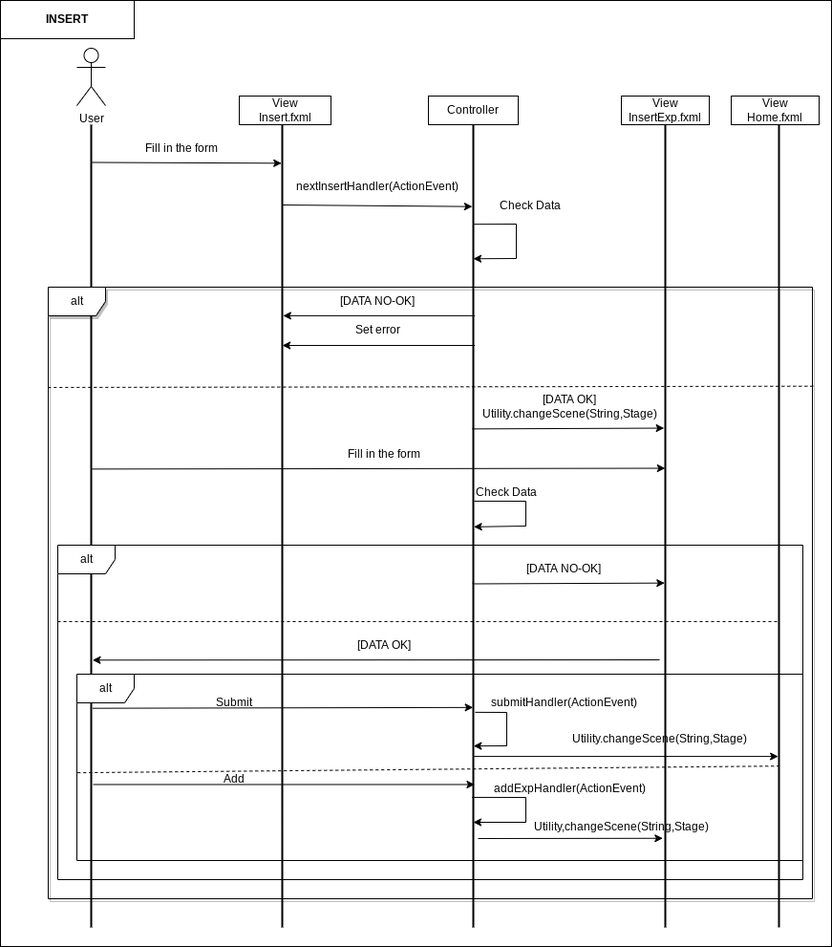
Above: doc/diagrams/sequence/Software-SequenceDiagrams/Insert/Insert.png in Alessio240593/SeasonalWorkApp (draw.io), before the change. Source tidied: cells renumbered, new cells last; positions are measured from the earlier drawing's top-left corner, leaving out a move shared by most shapes.
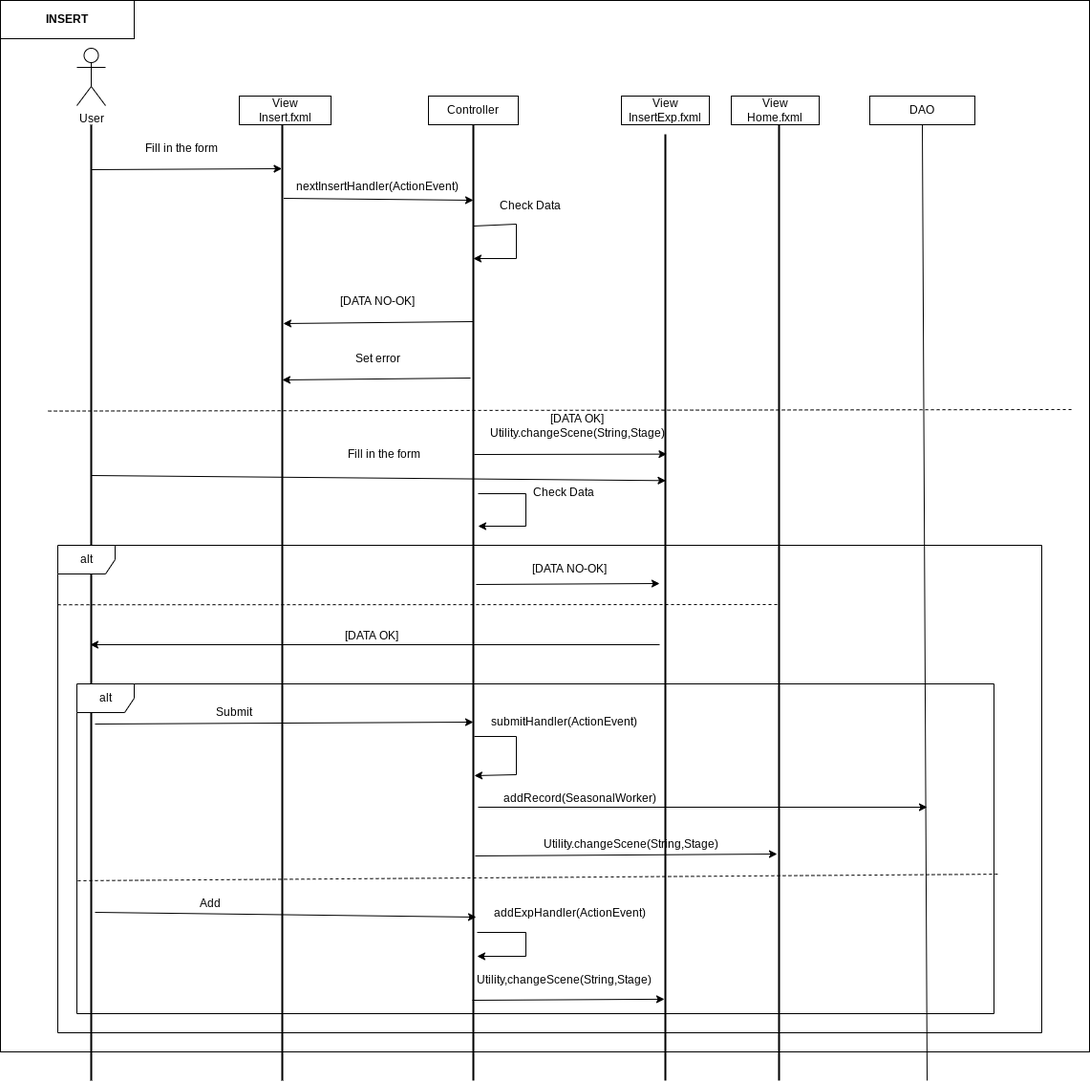
After the commit.

What changed in the source:
```diff
@@ -2,20 +2,23 @@
   <root>
     <mxCell id="0" />
     <mxCell id="1" parent="0" />
+    <mxCell id="50" value="alt" style="shape=umlFrame;whiteSpace=wrap;html=1;shadow=1;" parent="1" vertex="1">
+      <mxGeometry x="50" y="300" width="1070" height="790" as="geometry" />
+    </mxCell>
     <mxCell id="2" style="rounded=0;whiteSpace=wrap;html=1;" parent="1" vertex="1">
-      <mxGeometry width="870" height="990" as="geometry" />
+      <mxGeometry width="1140" height="1100" as="geometry" />
     </mxCell>
     <mxCell id="3" style="line;strokeWidth=2;direction=south;html=1;" parent="1" vertex="1">
-      <mxGeometry x="90" y="130" width="10" height="840" as="geometry" />
+      <mxGeometry x="90" y="130" width="10" height="1000" as="geometry" />
     </mxCell>
     <mxCell id="4" style="line;strokeWidth=2;direction=south;html=1;" parent="1" vertex="1">
-      <mxGeometry x="290" y="130" width="10" height="840" as="geometry" />
+      <mxGeometry x="290" y="130" width="10" height="1000" as="geometry" />
     </mxCell>
     <mxCell id="5" value="View&lt;br&gt;Insert.fxml" style="rounded=0;whiteSpace=wrap;html=1;" parent="1" vertex="1">
       <mxGeometry x="250" y="100" width="96" height="30" as="geometry" />
     </mxCell>
     <mxCell id="6" style="line;strokeWidth=2;direction=south;html=1;" parent="1" vertex="1">
-      <mxGeometry x="490" y="130" width="10" height="840" as="geometry" />
+      <mxGeometry x="490" y="130" width="10" height="1000" as="geometry" />
     </mxCell>
     <mxCell id="7" value="Controller" style="rounded=0;whiteSpace=wrap;html=1;" parent="1" vertex="1">
       <mxGeometry x="448" y="100" width="94" height="30" as="geometry" />
@@ -23,13 +26,13 @@
     <mxCell id="8" value="User" style="shape=umlActor;verticalLabelPosition=bottom;verticalAlign=top;html=1;" parent="1" vertex="1">
       <mxGeometry x="80" y="50" width="30" height="60" as="geometry" />
     </mxCell>
-    <mxCell id="9" style="endArrow=classic;html=1;rounded=0;exitX=0.047;exitY=0.497;exitDx=0;exitDy=0;exitPerimeter=0;entryX=0.048;entryY=0.577;entryDx=0;entryDy=0;entryPerimeter=0;" parent="1" edge="1" source="3" target="4">
+    <mxCell id="9" style="endArrow=classic;html=1;rounded=0;exitX=0.047;exitY=0.497;exitDx=0;exitDy=0;exitPerimeter=0;entryX=0.046;entryY=0.543;entryDx=0;entryDy=0;entryPerimeter=0;" parent="1" edge="1" source="3" target="4">
       <mxGeometry relative="1" as="geometry" />
     </mxCell>
     <mxCell id="10" value="Fill in the form" style="text;html=1;strokeColor=none;fillColor=none;align=center;verticalAlign=middle;whiteSpace=wrap;rounded=0;" parent="1" vertex="1">
       <mxGeometry x="150" y="140" width="80" height="30" as="geometry" />
     </mxCell>
-    <mxCell id="11" style="endArrow=classic;html=1;rounded=0;entryX=0.102;entryY=0.61;entryDx=0;entryDy=0;entryPerimeter=0;exitX=0.1;exitY=0.5;exitDx=0;exitDy=0;exitPerimeter=0;" parent="1" edge="1" source="4" target="6">
+    <mxCell id="11" style="endArrow=classic;html=1;rounded=0;entryX=0.079;entryY=0.5;entryDx=0;entryDy=0;entryPerimeter=0;exitX=0.077;exitY=0.352;exitDx=0;exitDy=0;exitPerimeter=0;" parent="1" edge="1" source="4" target="6">
       <mxGeometry relative="1" as="geometry" />
     </mxCell>
     <mxCell id="12" value="nextInsertHandler(ActionEvent)" style="text;html=1;strokeColor=none;fillColor=none;align=center;verticalAlign=middle;whiteSpace=wrap;rounded=0;" parent="1" vertex="1">
@@ -39,28 +42,29 @@
       <mxGeometry x="650" y="100" width="92" height="30" as="geometry" />
     </mxCell>
     <mxCell id="14" style="line;strokeWidth=2;direction=south;html=1;" parent="1" vertex="1">
-      <mxGeometry x="691" y="130" width="10" height="840" as="geometry" />
+      <mxGeometry x="691" y="140" width="10" height="990" as="geometry" />
     </mxCell>
-    <mxCell id="15" style="endArrow=classic;html=1;rounded=0;startArrow=none;exitX=0.238;exitY=0.333;exitDx=0;exitDy=0;exitPerimeter=0;entryX=0.238;entryY=0.414;entryDx=0;entryDy=0;entryPerimeter=0;" parent="1" edge="1" source="6" target="4">
+    <mxCell id="15" style="endArrow=classic;html=1;rounded=0;startArrow=none;exitX=0.206;exitY=0.543;exitDx=0;exitDy=0;exitPerimeter=0;entryX=0.208;entryY=0.4;entryDx=0;entryDy=0;entryPerimeter=0;" parent="1" edge="1" source="6" target="4">
       <mxGeometry relative="1" as="geometry" />
     </mxCell>
     <mxCell id="16" value="[DATA NO-OK]" style="text;html=1;strokeColor=none;fillColor=none;align=center;verticalAlign=middle;whiteSpace=wrap;rounded=0;shadow=0;" parent="1" vertex="1">
       <mxGeometry x="300" y="300" width="190" height="30" as="geometry" />
     </mxCell>
-    <mxCell id="17" style="endArrow=classic;html=1;rounded=0;exitX=0.379;exitY=0.598;exitDx=0;exitDy=0;exitPerimeter=0;entryX=0.378;entryY=0.633;entryDx=0;entryDy=0;entryPerimeter=0;" parent="1" edge="1" source="6" target="14">
+    <mxCell id="17" style="endArrow=classic;html=1;rounded=0;exitX=0.345;exitY=0.4;exitDx=0;exitDy=0;exitPerimeter=0;entryX=0.338;entryY=0.357;entryDx=0;entryDy=0;entryPerimeter=0;" parent="1" edge="1" source="6" target="14">
       <mxGeometry relative="1" as="geometry" />
     </mxCell>
     <mxCell id="18" value="[DATA OK]&lt;br&gt;Utility.changeScene(String,Stage)" style="text;html=1;strokeColor=none;fillColor=none;align=center;verticalAlign=middle;whiteSpace=wrap;rounded=0;shadow=0;" parent="1" vertex="1">
-      <mxGeometry x="550" y="410" width="92" height="30" as="geometry" />
+      <mxGeometry x="558" y="430" width="92" height="30" as="geometry" />
     </mxCell>
     <mxCell id="19" value="Set error" style="text;html=1;strokeColor=none;fillColor=none;align=center;verticalAlign=middle;whiteSpace=wrap;rounded=0;shadow=0;" parent="1" vertex="1">
-      <mxGeometry x="365" y="330" width="60" height="30" as="geometry" />
+      <mxGeometry x="365" y="360" width="60" height="30" as="geometry" />
     </mxCell>
     <mxCell id="20" style="endArrow=none;dashed=1;html=1;rounded=0;entryX=0;entryY=0.164;entryDx=0;entryDy=0;entryPerimeter=0;exitX=1.001;exitY=0.162;exitDx=0;exitDy=0;exitPerimeter=0;" parent="1" edge="1" source="50" target="50">
       <mxGeometry relative="1" as="geometry" />
     </mxCell>
-    <mxCell id="21" style="endArrow=classic;html=1;rounded=0;exitX=0.124;exitY=0.479;exitDx=0;exitDy=0;exitPerimeter=0;entryX=0.167;entryY=0.5;entryDx=0;entryDy=0;entryPerimeter=0;" parent="1" edge="1" source="6" target="6">
+    <mxCell id="21" style="endArrow=classic;html=1;rounded=0;exitX=0.106;exitY=0.5;exitDx=0;exitDy=0;exitPerimeter=0;" parent="1" edge="1" source="6">
       <mxGeometry relative="1" as="geometry">
+        <mxPoint x="495" y="270" as="targetPoint" />
         <Array as="points">
           <mxPoint x="540" y="234" />
           <mxPoint x="540" y="270" />
@@ -70,114 +74,129 @@
     <mxCell id="22" value="Check Data" style="text;html=1;strokeColor=none;fillColor=none;align=center;verticalAlign=middle;whiteSpace=wrap;rounded=0;" parent="1" vertex="1">
       <mxGeometry x="520" y="200" width="70" height="30" as="geometry" />
     </mxCell>
-    <mxCell id="23" style="endArrow=classic;html=1;rounded=0;exitX=0.275;exitY=0.333;exitDx=0;exitDy=0;exitPerimeter=0;entryX=0.275;entryY=0.488;entryDx=0;entryDy=0;entryPerimeter=0;" parent="1" edge="1" source="6" target="4">
+    <mxCell id="23" style="endArrow=classic;html=1;rounded=0;exitX=0.265;exitY=0.8;exitDx=0;exitDy=0;exitPerimeter=0;entryX=0.267;entryY=0.5;entryDx=0;entryDy=0;entryPerimeter=0;" parent="1" edge="1" source="6" target="4">
       <mxGeometry relative="1" as="geometry" />
     </mxCell>
-    <mxCell id="24" style="endArrow=classic;html=1;rounded=0;entryX=0.428;entryY=0.517;entryDx=0;entryDy=0;entryPerimeter=0;exitX=0.429;exitY=0.451;exitDx=0;exitDy=0;exitPerimeter=0;" parent="1" edge="1" source="3" target="14">
+    <mxCell id="24" style="endArrow=classic;html=1;rounded=0;entryX=0.366;entryY=0.452;entryDx=0;entryDy=0;entryPerimeter=0;exitX=0.367;exitY=0.5;exitDx=0;exitDy=0;exitPerimeter=0;" parent="1" edge="1" source="3" target="14">
       <mxGeometry relative="1" as="geometry" />
     </mxCell>
     <mxCell id="25" value="Fill in the form" style="text;html=1;strokeColor=none;fillColor=none;align=center;verticalAlign=middle;whiteSpace=wrap;rounded=0;" parent="1" vertex="1">
       <mxGeometry x="359" y="460" width="85" height="30" as="geometry" />
     </mxCell>
     <mxCell id="26" value="Check Data" style="text;html=1;strokeColor=none;fillColor=none;align=center;verticalAlign=middle;whiteSpace=wrap;rounded=0;" parent="1" vertex="1">
-      <mxGeometry x="490" y="499.5" width="80" height="30" as="geometry" />
+      <mxGeometry x="550" y="499.5" width="80" height="30" as="geometry" />
     </mxCell>
-    <mxCell id="27" style="endArrow=classic;html=1;rounded=0;exitX=0.469;exitY=0.417;exitDx=0;exitDy=0;exitPerimeter=0;entryX=0.501;entryY=0.439;entryDx=0;entryDy=0;entryPerimeter=0;" parent="1" edge="1" source="6" target="6">
+    <mxCell id="27" style="endArrow=classic;html=1;rounded=0;" parent="1" edge="1">
       <mxGeometry relative="1" as="geometry">
+        <mxPoint x="500" y="516" as="sourcePoint" />
+        <mxPoint x="500" y="550" as="targetPoint" />
         <Array as="points">
-          <mxPoint x="550" y="524" />
+          <mxPoint x="550" y="516" />
           <mxPoint x="550" y="550" />
         </Array>
       </mxGeometry>
     </mxCell>
-    <mxCell id="28" style="endArrow=classic;html=1;rounded=0;exitX=0.572;exitY=0.586;exitDx=0;exitDy=0;exitPerimeter=0;entryX=0.571;entryY=0.571;entryDx=0;entryDy=0;entryPerimeter=0;" parent="1" edge="1" source="6" target="14">
-      <mxGeometry relative="1" as="geometry" />
+    <mxCell id="28" style="endArrow=classic;html=1;rounded=0;exitX=0.481;exitY=0.2;exitDx=0;exitDy=0;exitPerimeter=0;" parent="1" edge="1" source="6">
+      <mxGeometry relative="1" as="geometry">
+        <mxPoint x="690" y="610" as="targetPoint" />
+      </mxGeometry>
     </mxCell>
     <mxCell id="29" value="[DATA NO-OK]" style="text;html=1;strokeColor=none;fillColor=none;align=center;verticalAlign=middle;whiteSpace=wrap;rounded=0;" parent="1" vertex="1">
-      <mxGeometry x="550" y="580" width="80" height="30" as="geometry" />
+      <mxGeometry x="556" y="580" width="80" height="30" as="geometry" />
     </mxCell>
-    <mxCell id="30" style="endArrow=none;dashed=1;html=1;rounded=0;entryX=0.619;entryY=0.548;entryDx=0;entryDy=0;entryPerimeter=0;" parent="1" edge="1" target="36">
-      <mxGeometry relative="1" as="geometry">
-        <mxPoint x="60" y="650" as="sourcePoint" />
-      </mxGeometry>
+    <mxCell id="30" style="endArrow=none;dashed=1;html=1;rounded=0;entryX=0.502;entryY=0.7;entryDx=0;entryDy=0;entryPerimeter=0;exitX=0.001;exitY=0.133;exitDx=0;exitDy=0;exitPerimeter=0;" parent="1" edge="1" source="49" target="36">
+      <mxGeometry relative="1" as="geometry" />
     </mxCell>
-    <mxCell id="31" style="endArrow=classic;html=1;rounded=0;entryX=0.667;entryY=0.357;entryDx=0;entryDy=0;entryPerimeter=0;" parent="1" edge="1" target="3">
+    <mxCell id="31" style="endArrow=classic;html=1;rounded=0;entryX=0.544;entryY=0.6;entryDx=0;entryDy=0;entryPerimeter=0;" parent="1" edge="1" target="3">
       <mxGeometry relative="1" as="geometry">
-        <mxPoint x="690" y="690" as="sourcePoint" />
+        <mxPoint x="690" y="674" as="sourcePoint" />
       </mxGeometry>
     </mxCell>
     <mxCell id="32" value="[DATA OK]" style="text;html=1;strokeColor=none;fillColor=none;align=center;verticalAlign=middle;whiteSpace=wrap;rounded=0;" parent="1" vertex="1">
-      <mxGeometry x="371.5" y="660" width="60" height="30" as="geometry" />
+      <mxGeometry x="359" y="650" width="60" height="30" as="geometry" />
     </mxCell>
-    <mxCell id="33" style="endArrow=none;dashed=1;html=1;rounded=0;exitX=0.001;exitY=0.529;exitDx=0;exitDy=0;exitPerimeter=0;entryX=0.799;entryY=0.529;entryDx=0;entryDy=0;entryPerimeter=0;" parent="1" edge="1" source="48" target="36">
+    <mxCell id="33" style="endArrow=none;dashed=1;html=1;rounded=0;exitX=0.001;exitY=0.597;exitDx=0;exitDy=0;exitPerimeter=0;entryX=1.004;entryY=0.577;entryDx=0;entryDy=0;entryPerimeter=0;" parent="1" edge="1" source="48" target="48">
       <mxGeometry relative="1" as="geometry" />
     </mxCell>
-    <mxCell id="34" style="endArrow=classic;html=1;rounded=0;exitX=0.727;exitY=0.357;exitDx=0;exitDy=0;exitPerimeter=0;entryX=0.726;entryY=0.529;entryDx=0;entryDy=0;entryPerimeter=0;" parent="1" edge="1" source="3" target="6">
+    <mxCell id="34" style="endArrow=classic;html=1;rounded=0;entryX=0.625;entryY=0.5;entryDx=0;entryDy=0;entryPerimeter=0;exitX=0.627;exitY=0.1;exitDx=0;exitDy=0;exitPerimeter=0;" parent="1" edge="1" source="3" target="6">
       <mxGeometry relative="1" as="geometry" />
     </mxCell>
     <mxCell id="35" value="Submit" style="text;html=1;strokeColor=none;fillColor=none;align=center;verticalAlign=middle;whiteSpace=wrap;rounded=0;" parent="1" vertex="1">
-      <mxGeometry x="200" y="720" width="90" height="30" as="geometry" />
+      <mxGeometry x="200" y="730" width="90" height="30" as="geometry" />
     </mxCell>
     <mxCell id="36" style="line;strokeWidth=2;direction=south;html=1;" parent="1" vertex="1">
-      <mxGeometry x="810" y="130" width="10" height="840" as="geometry" />
+      <mxGeometry x="810" y="130" width="10" height="1000" as="geometry" />
     </mxCell>
     <mxCell id="37" value="View&lt;br&gt;Home.fxml" style="rounded=0;whiteSpace=wrap;html=1;" parent="1" vertex="1">
       <mxGeometry x="765" y="100" width="92" height="30" as="geometry" />
     </mxCell>
-    <mxCell id="38" style="endArrow=classic;html=1;rounded=0;exitX=0.787;exitY=0.471;exitDx=0;exitDy=0;exitPerimeter=0;entryX=0.787;entryY=0.586;entryDx=0;entryDy=0;entryPerimeter=0;" parent="1" edge="1" source="6" target="36">
-      <mxGeometry relative="1" as="geometry" />
+    <mxCell id="38" style="endArrow=classic;html=1;rounded=0;" parent="1" edge="1">
+      <mxGeometry relative="1" as="geometry">
+        <mxPoint x="500" y="844" as="sourcePoint" />
+        <mxPoint x="970" y="844" as="targetPoint" />
+      </mxGeometry>
     </mxCell>
-    <mxCell id="39" style="endArrow=classic;html=1;rounded=0;exitX=0.822;exitY=0.3;exitDx=0;exitDy=0;exitPerimeter=0;entryX=0.822;entryY=0.357;entryDx=0;entryDy=0;entryPerimeter=0;" parent="1" edge="1" source="3" target="6">
+    <mxCell id="39" style="endArrow=classic;html=1;rounded=0;exitX=0.824;exitY=0.1;exitDx=0;exitDy=0;exitPerimeter=0;entryX=0.829;entryY=0.2;entryDx=0;entryDy=0;entryPerimeter=0;" parent="1" edge="1" source="3" target="6">
       <mxGeometry relative="1" as="geometry" />
     </mxCell>
     <mxCell id="40" value="Add" style="text;html=1;strokeColor=none;fillColor=none;align=center;verticalAlign=middle;whiteSpace=wrap;rounded=0;" parent="1" vertex="1">
-      <mxGeometry x="215" y="800" width="60" height="30" as="geometry" />
+      <mxGeometry x="190" y="930" width="60" height="30" as="geometry" />
     </mxCell>
-    <mxCell id="41" style="endArrow=classic;html=1;rounded=0;exitX=0.838;exitY=0.643;exitDx=0;exitDy=0;exitPerimeter=0;" parent="1" edge="1" source="6">
+    <mxCell id="41" style="endArrow=classic;html=1;rounded=0;exitX=0.845;exitY=0.1;exitDx=0;exitDy=0;exitPerimeter=0;" parent="1" edge="1" source="6">
       <mxGeometry relative="1" as="geometry">
-        <mxPoint x="495" y="860" as="targetPoint" />
+        <mxPoint x="499" y="1000" as="targetPoint" />
         <Array as="points">
-          <mxPoint x="550" y="834" />
-          <mxPoint x="550" y="860" />
+          <mxPoint x="550" y="975" />
+          <mxPoint x="550" y="1000" />
         </Array>
       </mxGeometry>
     </mxCell>
     <mxCell id="42" value="addExpHandler(ActionEvent)" style="text;html=1;strokeColor=none;fillColor=none;align=center;verticalAlign=middle;whiteSpace=wrap;rounded=0;" parent="1" vertex="1">
-      <mxGeometry x="566" y="810" width="60" height="30" as="geometry" />
+      <mxGeometry x="566" y="940" width="60" height="30" as="geometry" />
     </mxCell>
-    <mxCell id="43" style="endArrow=classic;html=1;rounded=0;exitX=0.732;exitY=0.3;exitDx=0;exitDy=0;exitPerimeter=0;entryX=0.774;entryY=0.471;entryDx=0;entryDy=0;entryPerimeter=0;" parent="1" edge="1" source="6" target="6">
+    <mxCell id="43" style="endArrow=classic;html=1;rounded=0;entryX=0.681;entryY=0.4;entryDx=0;entryDy=0;entryPerimeter=0;" parent="1" edge="1" target="6">
       <mxGeometry relative="1" as="geometry">
+        <mxPoint x="496" y="770" as="sourcePoint" />
         <Array as="points">
-          <mxPoint x="530" y="745" />
-          <mxPoint x="530" y="780" />
+          <mxPoint x="540" y="770" />
+          <mxPoint x="540" y="810" />
         </Array>
       </mxGeometry>
     </mxCell>
     <mxCell id="44" value="submitHandler(ActionEvent)" style="text;html=1;strokeColor=none;fillColor=none;align=center;verticalAlign=middle;whiteSpace=wrap;rounded=0;" parent="1" vertex="1">
-      <mxGeometry x="560" y="720" width="60" height="30" as="geometry" />
+      <mxGeometry x="560" y="740" width="60" height="30" as="geometry" />
     </mxCell>
     <mxCell id="45" value="&lt;br&gt;Utility.changeScene(String,Stage)" style="text;html=1;strokeColor=none;fillColor=none;align=center;verticalAlign=middle;whiteSpace=wrap;rounded=0;shadow=0;" parent="1" vertex="1">
-      <mxGeometry x="660" y="750" width="61" height="30" as="geometry" />
+      <mxGeometry x="630" y="860" width="61" height="30" as="geometry" />
     </mxCell>
-    <mxCell id="46" style="endArrow=classic;html=1;rounded=0;entryX=0.889;entryY=0.767;entryDx=0;entryDy=0;entryPerimeter=0;" parent="1" edge="1" target="14">
-      <mxGeometry relative="1" as="geometry">
-        <mxPoint x="500" y="877" as="sourcePoint" />
-      </mxGeometry>
+    <mxCell id="46" style="endArrow=classic;html=1;rounded=0;exitX=0.765;exitY=0.3;exitDx=0;exitDy=0;exitPerimeter=0;entryX=0.763;entryY=0.7;entryDx=0;entryDy=0;entryPerimeter=0;" parent="1" edge="1" source="6" target="36">
+      <mxGeometry relative="1" as="geometry" />
     </mxCell>
     <mxCell id="47" value="Utility,changeScene(String,Stage)" style="text;html=1;strokeColor=none;fillColor=none;align=center;verticalAlign=middle;whiteSpace=wrap;rounded=0;" parent="1" vertex="1">
-      <mxGeometry x="620" y="850" width="60" height="30" as="geometry" />
+      <mxGeometry x="560" y="1010" width="60" height="30" as="geometry" />
     </mxCell>
+    <mxCell id="51" value="&lt;b&gt;INSERT&lt;/b&gt;" style="rounded=0;whiteSpace=wrap;html=1;" parent="1" vertex="1">
+      <mxGeometry width="140" height="40" as="geometry" />
+    </mxCell>
+    <mxCell id="52" value="DAO" style="rounded=0;whiteSpace=wrap;html=1;" parent="1" vertex="1">
+      <mxGeometry x="910" y="100" width="110" height="30" as="geometry" />
+    </mxCell>
+    <mxCell id="53" style="endArrow=none;html=1;rounded=0;entryX=0.5;entryY=1;entryDx=0;entryDy=0;" parent="1" edge="1" target="52">
+      <mxGeometry relative="1" as="geometry">
+        <mxPoint x="970" y="1130" as="sourcePoint" />
+      </mxGeometry>
+    </mxCell>
+    <mxCell id="54" value="addRecord(SeasonalWorker)" style="text;html=1;strokeColor=none;fillColor=none;align=center;verticalAlign=middle;whiteSpace=wrap;rounded=0;" parent="1" vertex="1">
+      <mxGeometry x="490" y="820" width="234" height="30" as="geometry" />
+    </mxCell>
+    <mxCell id="55" style="endArrow=classic;html=1;rounded=0;entryX=0.914;entryY=0.6;entryDx=0;entryDy=0;entryPerimeter=0;exitX=0.916;exitY=0.6;exitDx=0;exitDy=0;exitPerimeter=0;" parent="1" edge="1" source="6" target="14">
+      <mxGeometry relative="1" as="geometry" />
+    </mxCell>
     <mxCell id="48" value="alt" style="shape=umlFrame;whiteSpace=wrap;html=1;" parent="1" vertex="1">
-      <mxGeometry x="80" y="705" width="760" height="195" as="geometry" />
+      <mxGeometry x="80" y="715" width="960" height="345" as="geometry" />
     </mxCell>
     <mxCell id="49" value="alt" style="shape=umlFrame;whiteSpace=wrap;html=1;" parent="1" vertex="1">
-      <mxGeometry x="60" y="570" width="780" height="350" as="geometry" />
+      <mxGeometry x="60" y="570" width="1030" height="510" as="geometry" />
     </mxCell>
-    <mxCell id="50" value="alt" style="shape=umlFrame;whiteSpace=wrap;html=1;shadow=1;" parent="1" vertex="1">
-      <mxGeometry x="50" y="300" width="800" height="640" as="geometry" />
-    </mxCell>
-    <mxCell id="51" value="&lt;b&gt;INSERT&lt;/b&gt;" style="rounded=0;whiteSpace=wrap;html=1;" parent="1" vertex="1">
-      <mxGeometry width="140" height="40" as="geometry" />
-    </mxCell>
   </root>
 </mxGraphModel>
```
